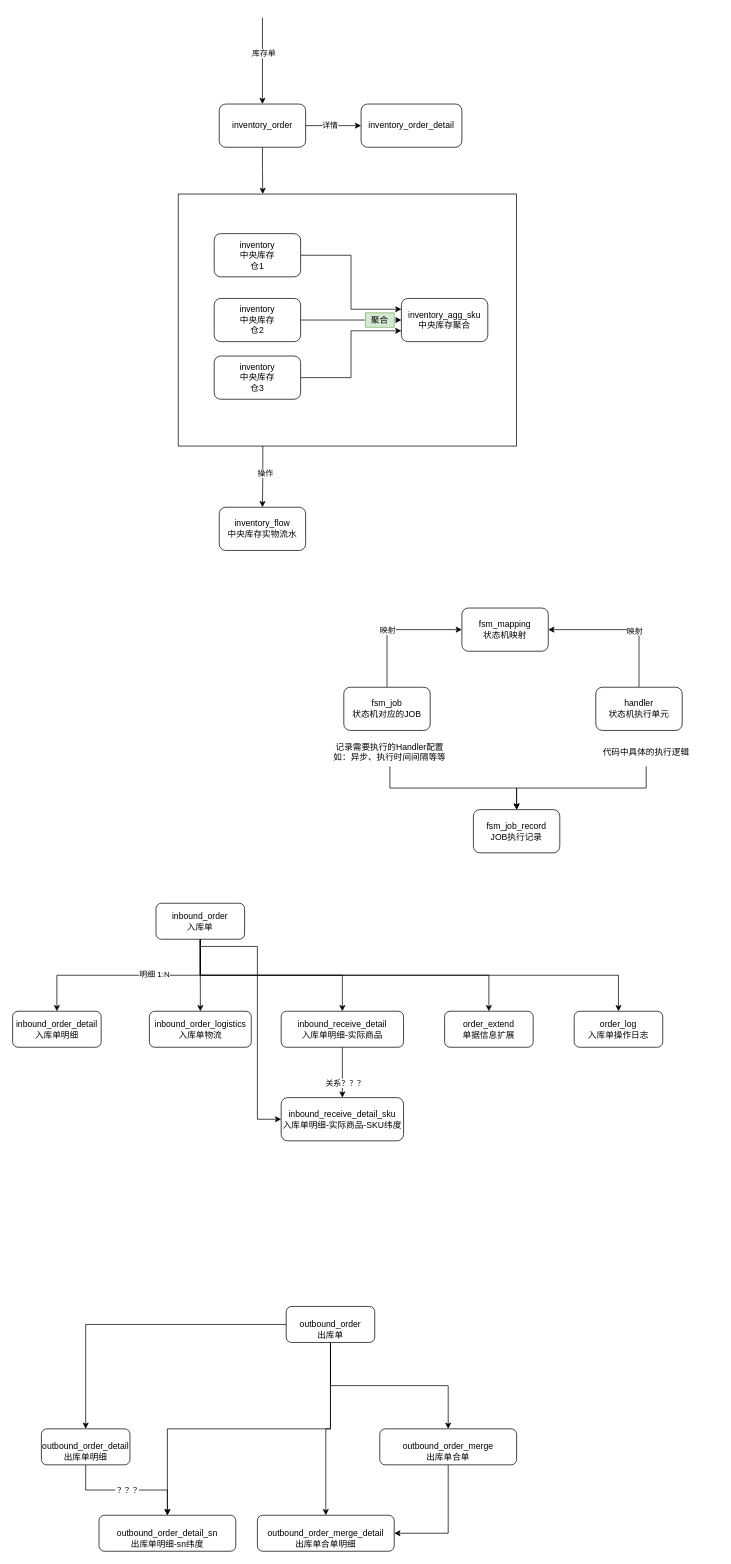
This is CIS表结构关系图.drawio from yz19930826/pics, a draw.io file, before an edit. Source tidied: cells renumbered, new cells numbered last; positions are measured from the earlier drawing's top-left corner, leaving out a move shared by most shapes. Both pictures are drawn from the tidied source at 72%, with x=0, y=0 at pixel (12, 17).
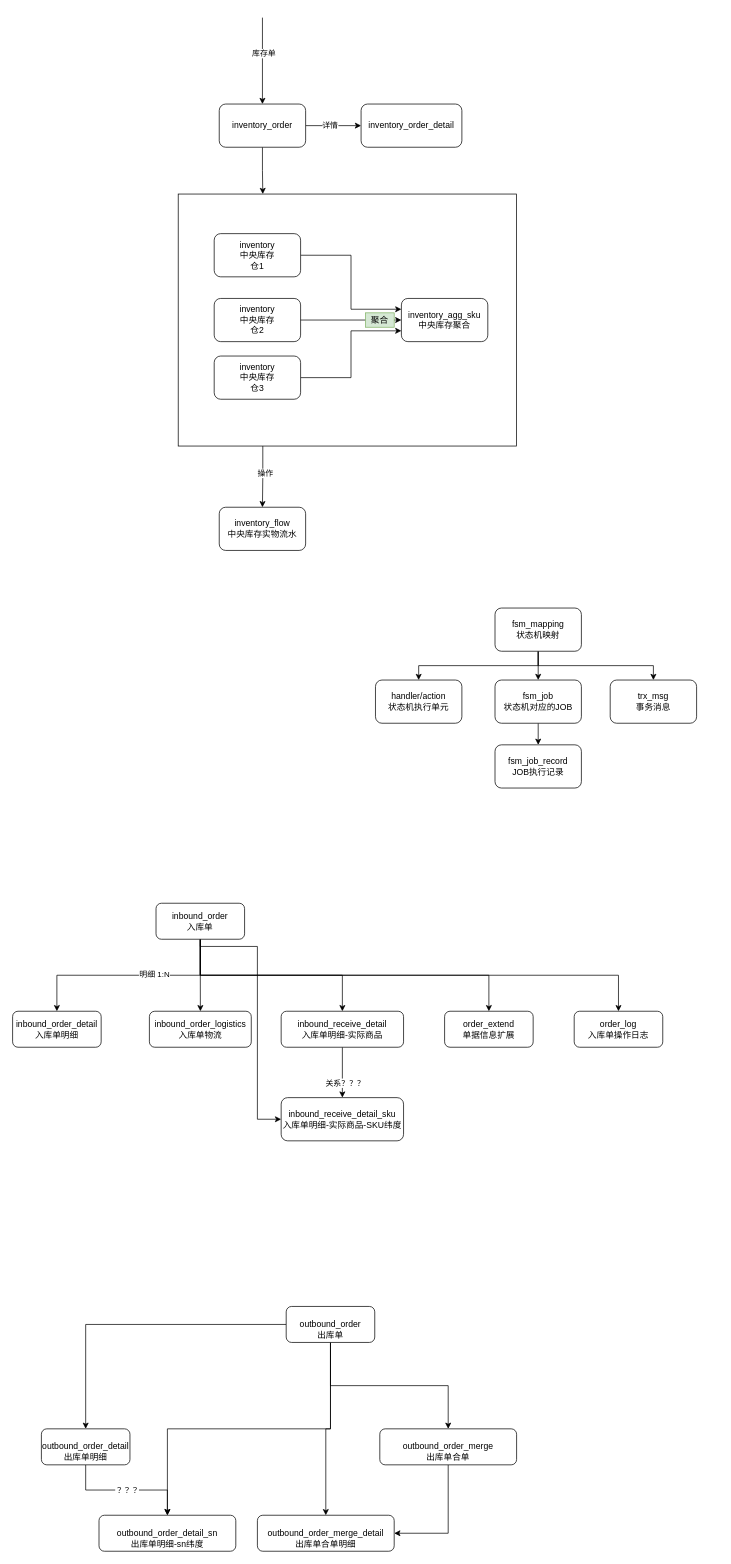
The same diagram, later.

Commit message:
Update CIS表结构关系图.drawio

Change to the diagram source:
```diff
@@
-    <mxCell id="21" style="edgeStyle=orthogonalEdgeStyle;rounded=0;jettySize=auto;html=1;exitX=0.5;exitY=0;exitDx=0;exitDy=0;entryX=0;entryY=0.5;entryDx=0;entryDy=0;" parent="1" edge="1" source="23" target="25">
-      <mxGeometry relative="1" as="geometry" />
-    </mxCell>
-    <mxCell id="22" value="映射" style="edgeLabel;html=1;align=center;verticalAlign=middle;" parent="21" vertex="1">
-      <mxGeometry x="0.19" y="-3" relative="1" as="geometry">
-        <mxPoint x="-29" y="-3" as="offset" />
-      </mxGeometry>
-    </mxCell>
+    <mxCell id="60" style="edgeStyle=orthogonalEdgeStyle;rounded=0;sketch=0;jettySize=auto;html=1;exitX=0.5;exitY=1;exitDx=0;exitDy=0;entryX=0.5;entryY=0;entryDx=0;entryDy=0;strokeColor=#000000;" parent="1" edge="1" source="23" target="24">
+      <mxGeometry relative="1" as="geometry" />
+    </mxCell>
     <mxCell id="23" value="fsm_job&lt;br&gt;状态机对应的JOB" style="rounded=1;whiteSpace=wrap;html=1;shadow=0;" parent="1" vertex="1">
-      <mxGeometry x="460" y="930" width="120" height="60" as="geometry" />
+      <mxGeometry x="670" y="920" width="120" height="60" as="geometry" />
     </mxCell>
     <mxCell id="24" value="fsm_job_record&lt;br&gt;JOB执行记录" style="rounded=1;whiteSpace=wrap;html=1;shadow=0;" parent="1" vertex="1">
-      <mxGeometry x="640" y="1100" width="120" height="60" as="geometry" />
+      <mxGeometry x="670" y="1010" width="120" height="60" as="geometry" />
     </mxCell>
+    <mxCell id="61" style="edgeStyle=orthogonalEdgeStyle;rounded=0;sketch=0;jettySize=auto;html=1;exitX=0.5;exitY=1;exitDx=0;exitDy=0;entryX=0.5;entryY=0;entryDx=0;entryDy=0;strokeColor=#000000;" parent="1" edge="1" source="25" target="28">
+      <mxGeometry relative="1" as="geometry" />
+    </mxCell>
+    <mxCell id="62" style="edgeStyle=orthogonalEdgeStyle;rounded=0;sketch=0;jettySize=auto;html=1;exitX=0.5;exitY=1;exitDx=0;exitDy=0;strokeColor=#000000;" parent="1" edge="1" source="25" target="23">
+      <mxGeometry relative="1" as="geometry" />
+    </mxCell>
+    <mxCell id="63" style="edgeStyle=orthogonalEdgeStyle;rounded=0;sketch=0;jettySize=auto;html=1;exitX=0.5;exitY=1;exitDx=0;exitDy=0;entryX=0.5;entryY=0;entryDx=0;entryDy=0;strokeColor=#000000;" parent="1" edge="1" source="25" target="64">
+      <mxGeometry relative="1" as="geometry" />
+    </mxCell>
     <mxCell id="25" value="fsm_mapping&lt;br&gt;状态机映射" style="rounded=1;whiteSpace=wrap;html=1;shadow=0;" parent="1" vertex="1">
-      <mxGeometry x="624" y="820" width="120" height="60" as="geometry" />
+      <mxGeometry x="670" y="820" width="120" height="60" as="geometry" />
     </mxCell>
-    <mxCell id="26" style="edgeStyle=orthogonalEdgeStyle;rounded=0;jettySize=auto;html=1;exitX=0.5;exitY=0;exitDx=0;exitDy=0;entryX=1;entryY=0.5;entryDx=0;entryDy=0;" parent="1" edge="1" source="28" target="25">
-      <mxGeometry relative="1" as="geometry" />
-    </mxCell>
-    <mxCell id="27" value="映射" style="edgeLabel;html=1;align=center;verticalAlign=middle;" parent="26" vertex="1">
-      <mxGeometry x="-0.16" y="1" relative="1" as="geometry" />
-    </mxCell>
-    <mxCell id="28" value="handler&lt;br&gt;状态机执行单元" style="rounded=1;whiteSpace=wrap;html=1;shadow=0;" parent="1" vertex="1">
-      <mxGeometry x="810" y="930" width="120" height="60" as="geometry" />
+    <mxCell id="28" value="handler/action&lt;br&gt;状态机执行单元" style="rounded=1;whiteSpace=wrap;html=1;shadow=0;" parent="1" vertex="1">
+      <mxGeometry x="504" y="920" width="120" height="60" as="geometry" />
     </mxCell>
-    <mxCell id="29" style="edgeStyle=orthogonalEdgeStyle;rounded=0;jettySize=auto;html=1;exitX=0.5;exitY=1;exitDx=0;exitDy=0;entryX=0.5;entryY=0;entryDx=0;entryDy=0;" parent="1" edge="1" source="30" target="24">
-      <mxGeometry relative="1" as="geometry" />
-    </mxCell>
-    <mxCell id="30" value="记录需要执行的Handler配置&lt;br&gt;如：异步、执行时间间隔等等" style="text;html=1;strokeColor=none;fillColor=none;align=center;verticalAlign=middle;whiteSpace=wrap;rounded=0;shadow=0;" parent="1" vertex="1">
-      <mxGeometry x="424" y="1000" width="200" height="40" as="geometry" />
-    </mxCell>
-    <mxCell id="31" style="edgeStyle=orthogonalEdgeStyle;rounded=0;jettySize=auto;html=1;exitX=0.5;exitY=1;exitDx=0;exitDy=0;entryX=0.5;entryY=0;entryDx=0;entryDy=0;" parent="1" edge="1" source="32" target="24">
-      <mxGeometry relative="1" as="geometry" />
-    </mxCell>
-    <mxCell id="32" value="代码中具体的执行逻辑" style="text;html=1;strokeColor=none;fillColor=none;align=center;verticalAlign=middle;whiteSpace=wrap;rounded=0;shadow=0;" parent="1" vertex="1">
-      <mxGeometry x="780" y="1000" width="200" height="40" as="geometry" />
-    </mxCell>
@@
+    <mxCell id="64" value="trx_msg&lt;br&gt;事务消息" style="rounded=1;whiteSpace=wrap;html=1;shadow=0;" parent="1" vertex="1">
+      <mxGeometry x="830" y="920" width="120" height="60" as="geometry" />
+    </mxCell>
```
